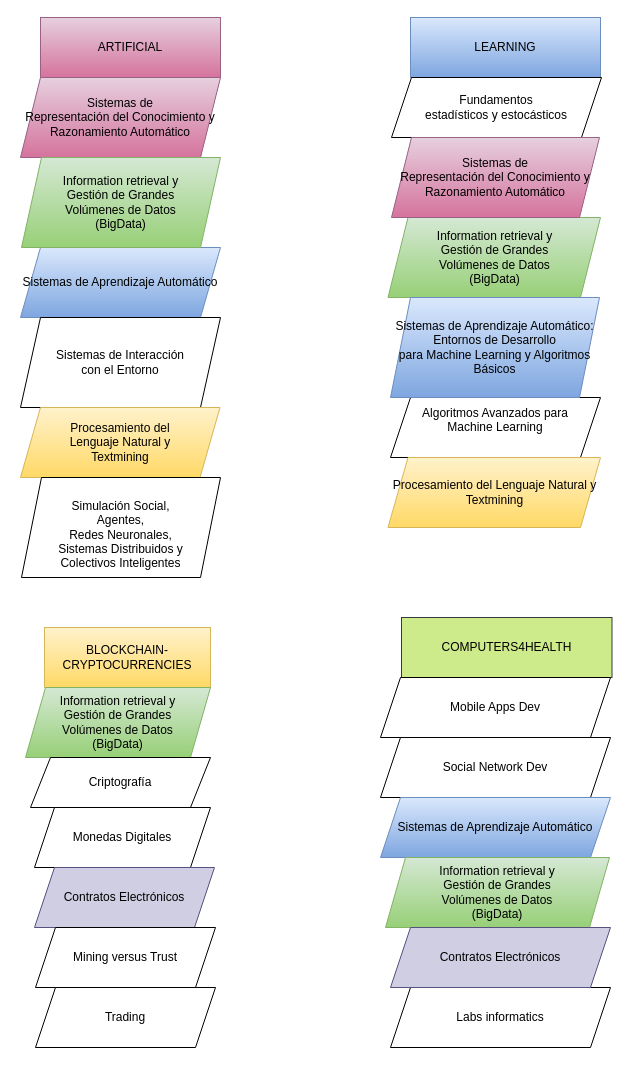
The draw.io diagram Courses-masters.drawio in jacintodavila/logicacomputacional, before the edit. Source tidied: cells renumbered, new cells numbered last; positions are measured from the earlier drawing's top-left corner, leaving out a move shared by most shapes. Both pictures are drawn from the tidied source at 100%, with x=0, y=0 at pixel (20, 17).
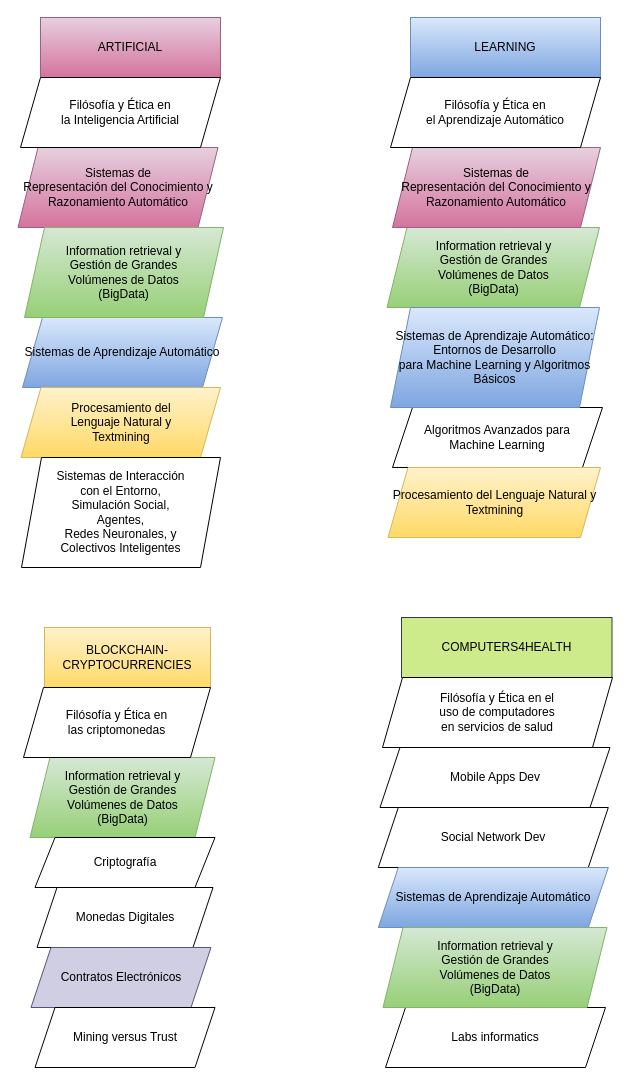
The same page after the edit.

Change to the diagram source:
```diff
@@
     <mxCell id="3" value="&lt;div&gt;Sistemas de &lt;br&gt;&lt;/div&gt;&lt;div&gt;Representación del Conocimiento y &lt;br&gt;&lt;/div&gt;&lt;div&gt;Razonamiento Automático &lt;br&gt;&lt;/div&gt;" style="shape=parallelogram;perimeter=parallelogramPerimeter;whiteSpace=wrap;html=1;fixedSize=1;gradientColor=#d5739d;fillColor=#e6d0de;strokeColor=#996185;" parent="1" vertex="1">
-      <mxGeometry y="60" width="200" height="80" as="geometry" />
+      <mxGeometry x="-2.5" y="130" width="200" height="80" as="geometry" />
     </mxCell>
     <mxCell id="4" value="Sistemas de Aprendizaje Automático" style="shape=parallelogram;perimeter=parallelogramPerimeter;whiteSpace=wrap;html=1;fixedSize=1;gradientColor=#7ea6e0;fillColor=#dae8fc;strokeColor=#6c8ebf;" parent="1" vertex="1">
-      <mxGeometry y="230" width="200" height="70" as="geometry" />
+      <mxGeometry x="2" y="300" width="200" height="70" as="geometry" />
     </mxCell>
-    <mxCell id="5" value="&lt;div&gt;Sistemas de Interacción&lt;/div&gt;&lt;div&gt; con el Entorno&lt;/div&gt;" style="shape=parallelogram;perimeter=parallelogramPerimeter;whiteSpace=wrap;html=1;fixedSize=1;" parent="1" vertex="1">
-      <mxGeometry y="300" width="200" height="90" as="geometry" />
-    </mxCell>
     <mxCell id="6" value="&lt;div&gt;Procesamiento del&lt;/div&gt;&lt;div&gt; Lenguaje Natural y&lt;/div&gt;&lt;div&gt;Textmining&lt;br&gt;&lt;/div&gt;" style="shape=parallelogram;perimeter=parallelogramPerimeter;whiteSpace=wrap;html=1;fixedSize=1;gradientColor=#ffd966;fillColor=#fff2cc;strokeColor=#d6b656;" parent="1" vertex="1">
-      <mxGeometry y="390" width="199.5" height="70" as="geometry" />
+      <mxGeometry x="0.5" y="370" width="199.5" height="70" as="geometry" />
     </mxCell>
-    <mxCell id="7" value="&lt;div&gt;&lt;br&gt;&lt;/div&gt;&lt;div&gt;Simulación Social, &lt;br&gt;&lt;/div&gt;&lt;div&gt;Agentes, &lt;br&gt;&lt;/div&gt;&lt;div&gt;Redes Neuronales, &lt;br&gt;&lt;/div&gt;&lt;div&gt;Sistemas Distribuidos y &lt;br&gt;&lt;/div&gt;&lt;div&gt;Colectivos Inteligentes&lt;br&gt;&lt;/div&gt;" style="shape=parallelogram;perimeter=parallelogramPerimeter;whiteSpace=wrap;html=1;fixedSize=1;" parent="1" vertex="1">
-      <mxGeometry x="1" y="460" width="199" height="100" as="geometry" />
+    <mxCell id="7" value="&lt;div&gt;Sistemas de Interacción&lt;/div&gt;&lt;div&gt;con el Entorno,&lt;br&gt;&lt;/div&gt;&lt;div&gt;Simulación Social, &lt;br&gt;&lt;/div&gt;&lt;div&gt;Agentes, &lt;br&gt;&lt;/div&gt;&lt;div&gt;Redes Neuronales, y &lt;br&gt;&lt;/div&gt;&lt;div&gt;Colectivos Inteligentes&lt;br&gt;&lt;/div&gt;" style="shape=parallelogram;perimeter=parallelogramPerimeter;whiteSpace=wrap;html=1;fixedSize=1;" parent="1" vertex="1">
+      <mxGeometry x="1" y="440" width="199" height="110" as="geometry" />
     </mxCell>
@@
     <mxCell id="9" value="&lt;div&gt;Information retrieval y&lt;br&gt;&lt;/div&gt;&lt;div&gt;Gestión de Grandes &lt;br&gt;&lt;/div&gt;&lt;div&gt;Volúmenes de Datos&lt;/div&gt;(BigData)" style="shape=parallelogram;perimeter=parallelogramPerimeter;whiteSpace=wrap;html=1;fixedSize=1;gradientColor=#97d077;fillColor=#d5e8d4;strokeColor=#82b366;" parent="1" vertex="1">
-      <mxGeometry x="5" y="670" width="185" height="70" as="geometry" />
+      <mxGeometry x="9.5" y="740" width="185" height="80" as="geometry" />
     </mxCell>
     <mxCell id="10" value="Criptografía" style="shape=parallelogram;perimeter=parallelogramPerimeter;whiteSpace=wrap;html=1;fixedSize=1;" parent="1" vertex="1">
-      <mxGeometry x="10" y="740" width="180" height="50" as="geometry" />
+      <mxGeometry x="14.5" y="820" width="180" height="50" as="geometry" />
     </mxCell>
     <mxCell id="11" value="Monedas Digitales" style="shape=parallelogram;perimeter=parallelogramPerimeter;whiteSpace=wrap;html=1;fixedSize=1;" parent="1" vertex="1">
-      <mxGeometry x="14" y="790" width="176" height="60" as="geometry" />
+      <mxGeometry x="16.5" y="870" width="176" height="60" as="geometry" />
     </mxCell>
     <mxCell id="12" value="Contratos Electrónicos" style="shape=parallelogram;perimeter=parallelogramPerimeter;whiteSpace=wrap;html=1;fixedSize=1;fillColor=#d0cee2;strokeColor=#56517e;" parent="1" vertex="1">
-      <mxGeometry x="14" y="850" width="180" height="60" as="geometry" />
+      <mxGeometry x="10.5" y="930" width="180" height="60" as="geometry" />
     </mxCell>
     <mxCell id="13" value="Mining versus Trust" style="shape=parallelogram;perimeter=parallelogramPerimeter;whiteSpace=wrap;html=1;fixedSize=1;" parent="1" vertex="1">
-      <mxGeometry x="15" y="910" width="180" height="60" as="geometry" />
+      <mxGeometry x="14.5" y="990" width="180" height="60" as="geometry" />
     </mxCell>
-    <mxCell id="14" value="Trading" style="shape=parallelogram;perimeter=parallelogramPerimeter;whiteSpace=wrap;html=1;fixedSize=1;" parent="1" vertex="1">
-      <mxGeometry x="15" y="970" width="180" height="60" as="geometry" />
-    </mxCell>
@@
-    <mxCell id="16" value="&lt;div&gt;Fundamentos &lt;br&gt;&lt;/div&gt;&lt;div&gt;estadísticos y estocásticos&lt;/div&gt;" style="shape=parallelogram;perimeter=parallelogramPerimeter;whiteSpace=wrap;html=1;fixedSize=1;" parent="1" vertex="1">
-      <mxGeometry x="371" y="60" width="210" height="60" as="geometry" />
-    </mxCell>
     <mxCell id="17" value="&lt;div&gt;&lt;br&gt;&lt;/div&gt;&lt;div&gt;Information retrieval y &lt;br&gt;&lt;/div&gt;&lt;div&gt;Gestión de Grandes &lt;br&gt;&lt;/div&gt;&lt;div&gt;Volúmenes de Datos&lt;/div&gt;&lt;div&gt;(BigData)&lt;br&gt;&lt;/div&gt;&lt;div&gt;&lt;br&gt;&lt;/div&gt;" style="shape=parallelogram;perimeter=parallelogramPerimeter;whiteSpace=wrap;html=1;fixedSize=1;gradientColor=#97d077;fillColor=#d5e8d4;strokeColor=#82b366;" parent="1" vertex="1">
-      <mxGeometry x="367.5" y="200" width="212.5" height="80" as="geometry" />
+      <mxGeometry x="366.5" y="210" width="212.5" height="80" as="geometry" />
     </mxCell>
-    <mxCell id="18" value="&lt;div&gt;Algoritmos Avanzados para &lt;br&gt;&lt;/div&gt;&lt;div&gt;Machine Learning&lt;/div&gt;&lt;div&gt;&lt;br&gt;&lt;/div&gt;" style="shape=parallelogram;perimeter=parallelogramPerimeter;whiteSpace=wrap;html=1;fixedSize=1;" parent="1" vertex="1">
-      <mxGeometry x="370" y="380" width="210" height="60" as="geometry" />
+    <mxCell id="18" value="&lt;div&gt;&lt;br&gt;&lt;/div&gt;&lt;div&gt;Algoritmos Avanzados para &lt;br&gt;&lt;/div&gt;&lt;div&gt;Machine Learning&lt;/div&gt;&lt;div&gt;&lt;br&gt;&lt;/div&gt;" style="shape=parallelogram;perimeter=parallelogramPerimeter;whiteSpace=wrap;html=1;fixedSize=1;" parent="1" vertex="1">
+      <mxGeometry x="372" y="390" width="210" height="60" as="geometry" />
     </mxCell>
     <mxCell id="19" value="&lt;div&gt;Sistemas de Aprendizaje Automático: &lt;br&gt;&lt;/div&gt;&lt;div&gt;Entornos de Desarrollo&lt;/div&gt;&lt;div&gt;para Machine Learning y Algoritmos Básicos&lt;br&gt;&lt;/div&gt;" style="shape=parallelogram;perimeter=parallelogramPerimeter;whiteSpace=wrap;html=1;fixedSize=1;gradientColor=#7ea6e0;fillColor=#dae8fc;strokeColor=#6c8ebf;" parent="1" vertex="1">
-      <mxGeometry x="370" y="280" width="209" height="100" as="geometry" />
+      <mxGeometry x="370" y="290" width="209" height="100" as="geometry" />
     </mxCell>
     <mxCell id="20" value="&lt;div&gt;Sistemas de &lt;br&gt;&lt;/div&gt;&lt;div&gt;Representación del Conocimiento y&lt;/div&gt;&lt;div&gt;Razonamiento Automático&lt;br&gt;&lt;/div&gt;" style="shape=parallelogram;perimeter=parallelogramPerimeter;whiteSpace=wrap;html=1;fixedSize=1;gradientColor=#d5739d;fillColor=#e6d0de;strokeColor=#996185;" parent="1" vertex="1">
-      <mxGeometry x="371" y="120" width="208" height="80" as="geometry" />
+      <mxGeometry x="372" y="130" width="208" height="80" as="geometry" />
     </mxCell>
     <mxCell id="21" value="&lt;div&gt;Procesamiento del Lenguaje Natural y&lt;/div&gt;&lt;div&gt;Textmining&lt;br&gt;&lt;/div&gt;" style="shape=parallelogram;perimeter=parallelogramPerimeter;whiteSpace=wrap;html=1;fixedSize=1;gradientColor=#ffd966;fillColor=#fff2cc;strokeColor=#d6b656;" parent="1" vertex="1">
-      <mxGeometry x="367.5" y="440" width="212.5" height="70" as="geometry" />
+      <mxGeometry x="367.5" y="450" width="212.5" height="70" as="geometry" />
     </mxCell>
@@
     <mxCell id="23" value="Mobile Apps Dev" style="shape=parallelogram;perimeter=parallelogramPerimeter;whiteSpace=wrap;html=1;fixedSize=1;" parent="1" vertex="1">
-      <mxGeometry x="360" y="660" width="230" height="60" as="geometry" />
+      <mxGeometry x="359.5" y="730" width="230" height="60" as="geometry" />
     </mxCell>
     <mxCell id="24" value="Social Network Dev" style="shape=parallelogram;perimeter=parallelogramPerimeter;whiteSpace=wrap;html=1;fixedSize=1;" parent="1" vertex="1">
-      <mxGeometry x="360" y="720" width="230" height="60" as="geometry" />
+      <mxGeometry x="357.8" y="790" width="230" height="60" as="geometry" />
     </mxCell>
     <mxCell id="25" value="Sistemas de Aprendizaje Automático" style="shape=parallelogram;perimeter=parallelogramPerimeter;whiteSpace=wrap;html=1;fixedSize=1;gradientColor=#7ea6e0;fillColor=#dae8fc;strokeColor=#6c8ebf;" parent="1" vertex="1">
-      <mxGeometry x="360" y="780" width="230" height="60" as="geometry" />
+      <mxGeometry x="357.8" y="850" width="230" height="60" as="geometry" />
     </mxCell>
     <mxCell id="26" value="Labs informatics" style="shape=parallelogram;perimeter=parallelogramPerimeter;whiteSpace=wrap;html=1;fixedSize=1;" parent="1" vertex="1">
-      <mxGeometry x="370" y="970" width="220" height="60" as="geometry" />
+      <mxGeometry x="365" y="990" width="220" height="60" as="geometry" />
     </mxCell>
     <mxCell id="27" value="&lt;div&gt;&lt;br&gt;&lt;/div&gt;&lt;div&gt;Information retrieval y&lt;br&gt;&lt;/div&gt;&lt;div&gt;Gestión de Grandes &lt;br&gt;&lt;/div&gt;&lt;div&gt;Volúmenes de Datos&lt;/div&gt;&lt;div&gt;(BigData)&lt;br&gt;&lt;/div&gt;&lt;div&gt;&lt;br&gt;&lt;/div&gt;" style="shape=parallelogram;perimeter=parallelogramPerimeter;whiteSpace=wrap;html=1;fixedSize=1;gradientColor=#97d077;fillColor=#d5e8d4;strokeColor=#82b366;" parent="1" vertex="1">
-      <mxGeometry x="365" y="840" width="224" height="70" as="geometry" />
+      <mxGeometry x="362.5" y="910" width="224" height="80" as="geometry" />
     </mxCell>
-    <mxCell id="28" value="Contratos Electrónicos" style="shape=parallelogram;perimeter=parallelogramPerimeter;whiteSpace=wrap;html=1;fixedSize=1;fillColor=#d0cee2;strokeColor=#56517e;" parent="1" vertex="1">
-      <mxGeometry x="370" y="910" width="220" height="60" as="geometry" />
-    </mxCell>
     <mxCell id="29" value="&lt;div&gt;&lt;br&gt;&lt;/div&gt;&lt;div&gt;Information retrieval y&lt;br&gt;&lt;/div&gt;&lt;div&gt;Gestión de Grandes &lt;br&gt;&lt;/div&gt;&lt;div&gt;Volúmenes de Datos&lt;/div&gt;&lt;div&gt;(BigData)&lt;br&gt;&lt;/div&gt;&lt;div&gt;&lt;br&gt;&lt;/div&gt;" style="shape=parallelogram;perimeter=parallelogramPerimeter;whiteSpace=wrap;html=1;fixedSize=1;gradientColor=#97d077;fillColor=#d5e8d4;strokeColor=#82b366;" parent="1" vertex="1">
-      <mxGeometry x="1" y="140" width="199" height="90" as="geometry" />
+      <mxGeometry x="4" y="210" width="199" height="90" as="geometry" />
     </mxCell>
+    <mxCell id="30" value="&lt;div&gt;Filósofía y Ética en&lt;/div&gt;&lt;div&gt;la Inteligencia Artificial&lt;br&gt;&lt;/div&gt;" style="shape=parallelogram;perimeter=parallelogramPerimeter;whiteSpace=wrap;html=1;fixedSize=1;" parent="1" vertex="1">
+      <mxGeometry y="60" width="200" height="70" as="geometry" />
+    </mxCell>
+    <mxCell id="31" value="&lt;div&gt;Filósofía y Ética en&lt;/div&gt;&lt;div&gt;el Aprendizaje Automático&lt;br&gt;&lt;/div&gt;" style="shape=parallelogram;perimeter=parallelogramPerimeter;whiteSpace=wrap;html=1;fixedSize=1;" parent="1" vertex="1">
+      <mxGeometry x="370" y="60" width="210" height="70" as="geometry" />
+    </mxCell>
+    <mxCell id="32" value="&lt;div&gt;Filósofía y Ética en&lt;/div&gt;&lt;div&gt;las criptomonedas&lt;br&gt;&lt;/div&gt;" style="shape=parallelogram;perimeter=parallelogramPerimeter;whiteSpace=wrap;html=1;fixedSize=1;" parent="1" vertex="1">
+      <mxGeometry x="3" y="670" width="187" height="70" as="geometry" />
+    </mxCell>
+    <mxCell id="33" value="&lt;div&gt;Filósofía y Ética en el&lt;/div&gt;&lt;div&gt;uso de computadores &lt;br&gt;&lt;/div&gt;&lt;div&gt;en servicios de salud&lt;br&gt;&lt;/div&gt;" style="shape=parallelogram;perimeter=parallelogramPerimeter;whiteSpace=wrap;html=1;fixedSize=1;" parent="1" vertex="1">
+      <mxGeometry x="362" y="660" width="230" height="70" as="geometry" />
+    </mxCell>
```
